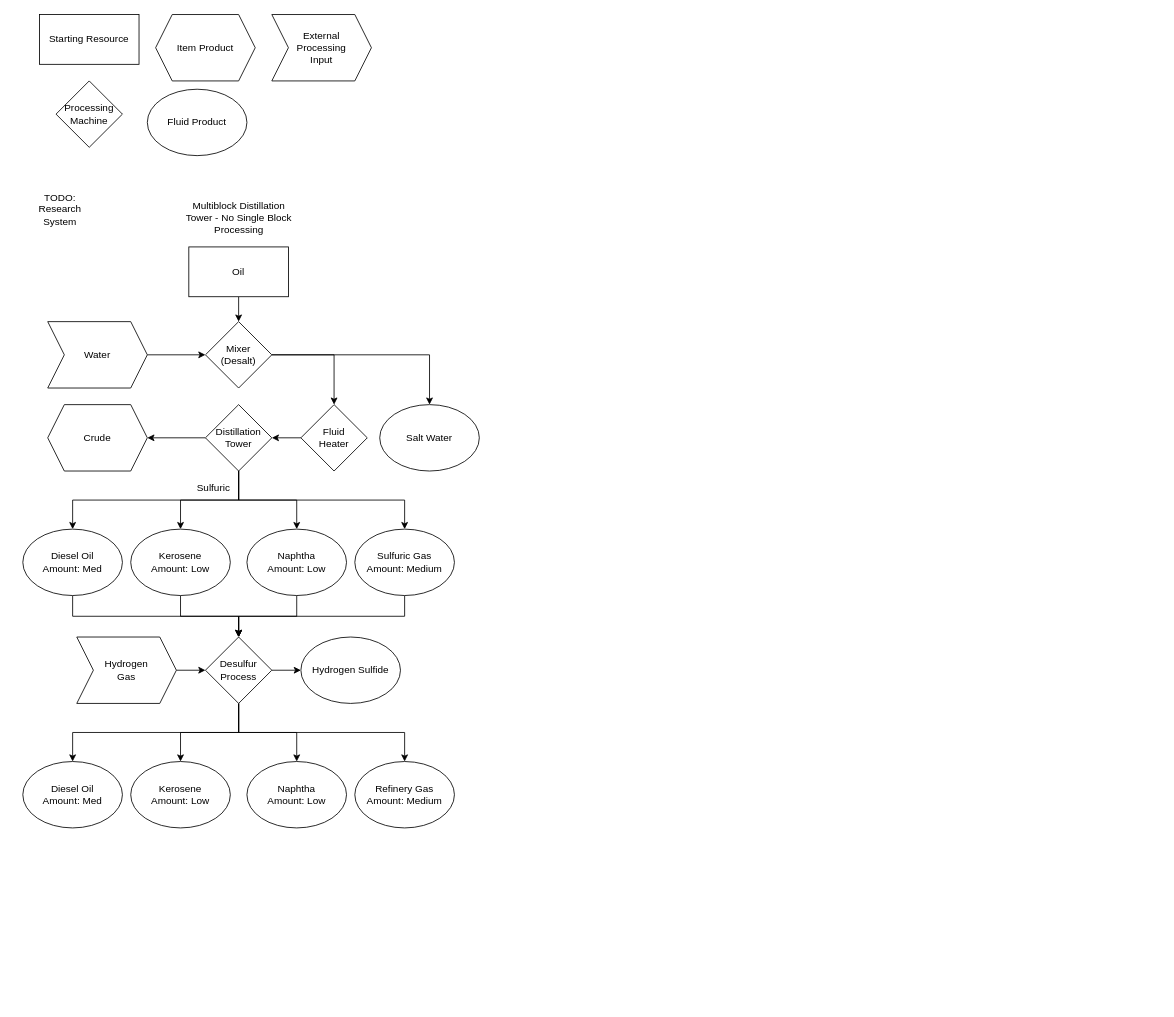
MicahHaack/Starstruck keeps this draw.io diagram as page "Oil Processing" (2 of 3) of StarstruckProgression.drawio. Above is the earlier version. Source tidied: cells renumbered, new cells numbered last; positions are measured from the earlier drawing's top-left corner, leaving out a move shared by most shapes. Both pictures are drawn from the tidied source at 83%, with x=0, y=0 at pixel (14, 14).
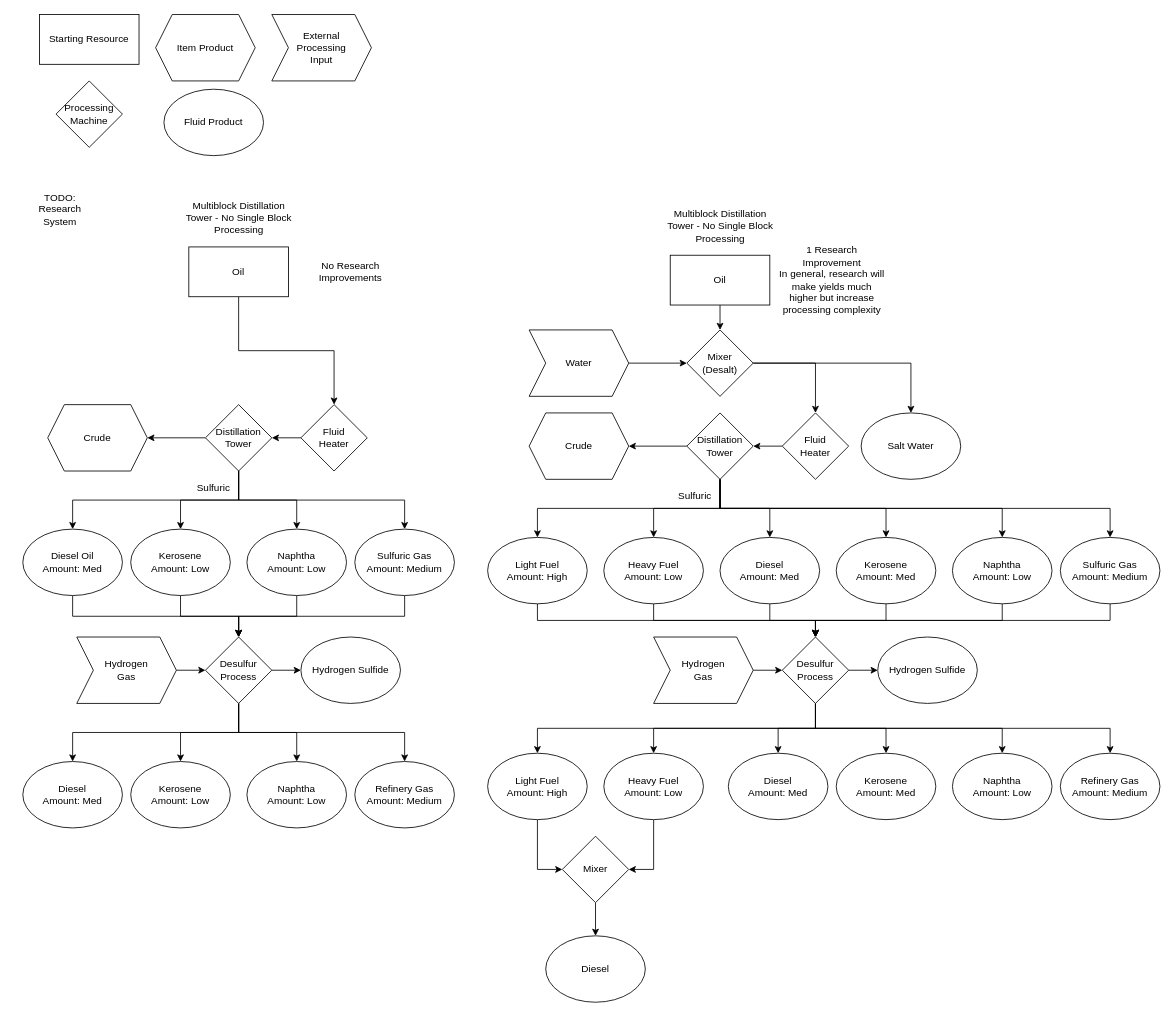
The same diagram, later.

Unchanged cells that the change refers to:
```xml
<mxCell id="3" value="Oil" style="rounded=0;whiteSpace=wrap;html=1;" parent="1" vertex="1">
  <mxGeometry x="210" y="280" width="120" height="60" as="geometry" />
</mxCell>
<mxCell id="14" value="&lt;div&gt;Fluid&lt;/div&gt;&lt;div&gt;Heater&lt;br&gt;&lt;/div&gt;" style="rhombus;whiteSpace=wrap;html=1;" parent="1" vertex="1">
  <mxGeometry x="345" y="470" width="80" height="80" as="geometry" />
</mxCell>
```

The edit, as a diff of the source:
```diff
@@
-    <mxCell id="2" style="edgeStyle=orthogonalEdgeStyle;rounded=0;jettySize=auto;html=1;exitX=0.5;exitY=1;exitDx=0;exitDy=0;entryX=0.5;entryY=0;entryDx=0;entryDy=0;" parent="1" edge="1" source="3" target="44">
-      <mxGeometry relative="1" as="geometry" />
-    </mxCell>
+    <mxCell id="48" style="edgeStyle=orthogonalEdgeStyle;rounded=0;jettySize=auto;html=1;exitX=0.5;exitY=1;exitDx=0;exitDy=0;" parent="1" edge="1" source="3" target="14">
+      <mxGeometry relative="1" as="geometry" />
+    </mxCell>
@@
     <mxCell id="25" value="Fluid Product" style="ellipse;whiteSpace=wrap;html=1;" parent="1" vertex="1">
-      <mxGeometry x="160" y="90" width="120" height="80" as="geometry" />
+      <mxGeometry x="180" y="90" width="120" height="80" as="geometry" />
     </mxCell>
@@
-    <mxCell id="34" value="&lt;div&gt;Diesel Oil&lt;/div&gt;&lt;div&gt;Amount: Med&lt;br&gt;&lt;/div&gt;" style="ellipse;whiteSpace=wrap;html=1;rounded=0;" parent="1" vertex="1">
+    <mxCell id="34" value="&lt;div&gt;Diesel&lt;br&gt;&lt;/div&gt;&lt;div&gt;Amount: Med&lt;br&gt;&lt;/div&gt;" style="ellipse;whiteSpace=wrap;html=1;rounded=0;" parent="1" vertex="1">
       <mxGeometry x="10" y="900" width="120" height="80" as="geometry" />
     </mxCell>
@@
-    <mxCell id="42" style="edgeStyle=orthogonalEdgeStyle;rounded=0;jettySize=auto;html=1;exitX=1;exitY=0.5;exitDx=0;exitDy=0;entryX=0.5;entryY=0;entryDx=0;entryDy=0;" parent="1" edge="1" source="44" target="14">
-      <mxGeometry relative="1" as="geometry" />
-    </mxCell>
+    <mxCell id="49" value="No Research Improvements" style="text;html=1;strokeColor=none;fillColor=none;align=center;verticalAlign=middle;whiteSpace=wrap;rounded=0;" parent="1" vertex="1">
+      <mxGeometry x="340" y="285" width="130" height="50" as="geometry" />
+    </mxCell>
+    <mxCell id="50" style="edgeStyle=orthogonalEdgeStyle;rounded=0;jettySize=auto;html=1;exitX=0.5;exitY=1;exitDx=0;exitDy=0;entryX=0.5;entryY=0;entryDx=0;entryDy=0;" parent="1" edge="1" source="51" target="44">
+      <mxGeometry relative="1" as="geometry" />
+    </mxCell>
+    <mxCell id="51" value="Oil" style="rounded=0;whiteSpace=wrap;html=1;" parent="1" vertex="1">
+      <mxGeometry x="790" y="290" width="120" height="60" as="geometry" />
+    </mxCell>
+    <mxCell id="52" value="&lt;div&gt;Multiblock Distillation&lt;/div&gt;&lt;div&gt;Tower - No Single Block&lt;/div&gt;&lt;div&gt;Processing&lt;/div&gt;" style="text;html=1;align=center;verticalAlign=middle;" parent="1" vertex="1">
+      <mxGeometry x="775" y="230" width="150" height="50" as="geometry" />
+    </mxCell>
+    <mxCell id="53" style="edgeStyle=orthogonalEdgeStyle;rounded=0;jettySize=auto;html=1;exitX=0;exitY=0.5;exitDx=0;exitDy=0;entryX=1;entryY=0.5;entryDx=0;entryDy=0;" parent="1" edge="1" source="54" target="63">
+      <mxGeometry relative="1" as="geometry" />
+    </mxCell>
+    <mxCell id="54" value="&lt;div&gt;Fluid&lt;/div&gt;&lt;div&gt;Heater&lt;br&gt;&lt;/div&gt;" style="rhombus;whiteSpace=wrap;html=1;" parent="1" vertex="1">
+      <mxGeometry x="925" y="480" width="80" height="80" as="geometry" />
+    </mxCell>
+    <mxCell id="55" value="Crude" style="shape=hexagon;perimeter=hexagonPerimeter2;whiteSpace=wrap;html=1;fixedSize=1;" parent="1" vertex="1">
+      <mxGeometry x="620" y="480" width="120" height="80" as="geometry" />
+    </mxCell>
+    <mxCell id="56" style="edgeStyle=orthogonalEdgeStyle;rounded=0;jettySize=auto;html=1;exitX=0;exitY=0.5;exitDx=0;exitDy=0;entryX=1;entryY=0.5;entryDx=0;entryDy=0;" parent="1" edge="1" source="63" target="55">
+      <mxGeometry relative="1" as="geometry" />
+    </mxCell>
+    <mxCell id="57" style="edgeStyle=orthogonalEdgeStyle;rounded=0;jettySize=auto;html=1;exitX=0.5;exitY=1;exitDx=0;exitDy=0;entryX=0.5;entryY=0;entryDx=0;entryDy=0;" parent="1" edge="1" source="63" target="74">
+      <mxGeometry relative="1" as="geometry" />
+    </mxCell>
+    <mxCell id="58" style="edgeStyle=orthogonalEdgeStyle;rounded=0;jettySize=auto;html=1;exitX=0.5;exitY=1;exitDx=0;exitDy=0;" parent="1" edge="1" source="63" target="76">
+      <mxGeometry relative="1" as="geometry" />
+    </mxCell>
+    <mxCell id="59" style="edgeStyle=orthogonalEdgeStyle;rounded=0;jettySize=auto;html=1;exitX=0.5;exitY=1;exitDx=0;exitDy=0;" parent="1" edge="1" source="63" target="78">
+      <mxGeometry relative="1" as="geometry" />
+    </mxCell>
+    <mxCell id="60" style="edgeStyle=orthogonalEdgeStyle;rounded=0;jettySize=auto;html=1;exitX=0.5;exitY=1;exitDx=0;exitDy=0;entryX=0.5;entryY=0;entryDx=0;entryDy=0;" parent="1" edge="1" source="63" target="68">
+      <mxGeometry relative="1" as="geometry" />
+    </mxCell>
+    <mxCell id="61" style="edgeStyle=orthogonalEdgeStyle;rounded=0;jettySize=auto;html=1;exitX=0.5;exitY=1;exitDx=0;exitDy=0;entryX=0.5;entryY=0;entryDx=0;entryDy=0;" parent="1" edge="1" source="63" target="70">
+      <mxGeometry relative="1" as="geometry" />
+    </mxCell>
+    <mxCell id="62" style="edgeStyle=orthogonalEdgeStyle;rounded=0;jettySize=auto;html=1;exitX=0.5;exitY=1;exitDx=0;exitDy=0;entryX=0.5;entryY=0;entryDx=0;entryDy=0;" parent="1" edge="1" source="63" target="72">
+      <mxGeometry relative="1" as="geometry" />
+    </mxCell>
+    <mxCell id="63" value="&lt;div&gt;Distillation&lt;/div&gt;&lt;div&gt;Tower&lt;br&gt;&lt;/div&gt;" style="rhombus;whiteSpace=wrap;html=1;" parent="1" vertex="1">
+      <mxGeometry x="810" y="480" width="80" height="80" as="geometry" />
+    </mxCell>
+    <mxCell id="64" value="Sulfuric" style="text;html=1;strokeColor=none;fillColor=none;align=center;verticalAlign=middle;whiteSpace=wrap;rounded=0;" parent="1" vertex="1">
+      <mxGeometry x="800" y="570" width="40" height="20" as="geometry" />
+    </mxCell>
+    <mxCell id="65" style="edgeStyle=orthogonalEdgeStyle;rounded=0;jettySize=auto;html=1;exitX=1;exitY=0.5;exitDx=0;exitDy=0;entryX=0.5;entryY=0;entryDx=0;entryDy=0;" parent="1" edge="1" source="44" target="54">
+      <mxGeometry relative="1" as="geometry" />
+    </mxCell>
@@
     <mxCell id="44" value="&lt;div&gt;Mixer&lt;/div&gt;&lt;div&gt;(Desalt)&lt;br&gt;&lt;/div&gt;" style="rhombus;whiteSpace=wrap;html=1;" parent="1" vertex="1">
-      <mxGeometry x="230" y="370" width="80" height="80" as="geometry" />
+      <mxGeometry x="810" y="380" width="80" height="80" as="geometry" />
     </mxCell>
@@
     <mxCell id="46" value="Water" style="shape=step;perimeter=stepPerimeter;whiteSpace=wrap;html=1;fixedSize=1;rotation=0;" parent="1" vertex="1">
-      <mxGeometry x="40" y="370" width="120" height="80" as="geometry" />
+      <mxGeometry x="620" y="380" width="120" height="80" as="geometry" />
     </mxCell>
     <mxCell id="47" value="Salt Water" style="ellipse;whiteSpace=wrap;html=1;" parent="1" vertex="1">
-      <mxGeometry x="440" y="470" width="120" height="80" as="geometry" />
+      <mxGeometry x="1020" y="480" width="120" height="80" as="geometry" />
     </mxCell>
+    <mxCell id="66" value="&lt;div&gt;1 Research Improvement&lt;/div&gt;&lt;div&gt;In general, research will make yields much higher but increase processing complexity&lt;br&gt;&lt;/div&gt;" style="text;html=1;strokeColor=none;fillColor=none;align=center;verticalAlign=middle;whiteSpace=wrap;rounded=0;" parent="1" vertex="1">
+      <mxGeometry x="920" y="295" width="130" height="50" as="geometry" />
+    </mxCell>
+    <mxCell id="67" style="edgeStyle=orthogonalEdgeStyle;rounded=0;jettySize=auto;html=1;exitX=0.5;exitY=1;exitDx=0;exitDy=0;entryX=0.5;entryY=0;entryDx=0;entryDy=0;" parent="1" edge="1" source="68" target="86">
+      <mxGeometry relative="1" as="geometry" />
+    </mxCell>
+    <mxCell id="68" value="&lt;div&gt;Kerosene&lt;/div&gt;&lt;div&gt;Amount: Med&lt;br&gt;&lt;/div&gt;" style="ellipse;whiteSpace=wrap;html=1;rounded=0;" parent="1" vertex="1">
+      <mxGeometry x="990" y="630" width="120" height="80" as="geometry" />
+    </mxCell>
+    <mxCell id="69" style="edgeStyle=orthogonalEdgeStyle;rounded=0;jettySize=auto;html=1;exitX=0.5;exitY=1;exitDx=0;exitDy=0;entryX=0.5;entryY=0;entryDx=0;entryDy=0;" parent="1" edge="1" source="70" target="86">
+      <mxGeometry relative="1" as="geometry" />
+    </mxCell>
+    <mxCell id="70" value="&lt;div&gt;Naphtha&lt;/div&gt;&lt;div&gt;Amount: Low&lt;br&gt;&lt;/div&gt;" style="ellipse;whiteSpace=wrap;html=1;rounded=0;" parent="1" vertex="1">
+      <mxGeometry x="1130" y="630" width="120" height="80" as="geometry" />
+    </mxCell>
+    <mxCell id="71" style="edgeStyle=orthogonalEdgeStyle;rounded=0;jettySize=auto;html=1;exitX=0.5;exitY=1;exitDx=0;exitDy=0;" parent="1" edge="1" source="72" target="86">
+      <mxGeometry relative="1" as="geometry" />
+    </mxCell>
+    <mxCell id="72" value="&lt;div&gt;Sulfuric Gas&lt;/div&gt;&lt;div&gt;Amount: Medium&lt;br&gt;&lt;/div&gt;" style="ellipse;whiteSpace=wrap;html=1;rounded=0;" parent="1" vertex="1">
+      <mxGeometry x="1260" y="630" width="120" height="80" as="geometry" />
+    </mxCell>
+    <mxCell id="73" style="edgeStyle=orthogonalEdgeStyle;rounded=0;jettySize=auto;html=1;exitX=0.5;exitY=1;exitDx=0;exitDy=0;entryX=0.5;entryY=0;entryDx=0;entryDy=0;" parent="1" edge="1" source="74" target="86">
+      <mxGeometry relative="1" as="geometry" />
+    </mxCell>
+    <mxCell id="74" value="&lt;div&gt;Light Fuel&lt;/div&gt;Amount: High" style="ellipse;whiteSpace=wrap;html=1;" parent="1" vertex="1">
+      <mxGeometry x="570" y="630" width="120" height="80" as="geometry" />
+    </mxCell>
+    <mxCell id="75" style="edgeStyle=orthogonalEdgeStyle;rounded=0;jettySize=auto;html=1;exitX=0.5;exitY=1;exitDx=0;exitDy=0;entryX=0.5;entryY=0;entryDx=0;entryDy=0;" parent="1" edge="1" source="76" target="86">
+      <mxGeometry relative="1" as="geometry" />
+    </mxCell>
+    <mxCell id="76" value="&lt;div&gt;Heavy Fuel&lt;/div&gt;&lt;div&gt;Amount: Low&lt;br&gt;&lt;/div&gt;" style="ellipse;whiteSpace=wrap;html=1;" parent="1" vertex="1">
+      <mxGeometry x="710" y="630" width="120" height="80" as="geometry" />
+    </mxCell>
+    <mxCell id="77" style="edgeStyle=orthogonalEdgeStyle;rounded=0;jettySize=auto;html=1;exitX=0.5;exitY=1;exitDx=0;exitDy=0;" parent="1" edge="1" source="78" target="86">
+      <mxGeometry relative="1" as="geometry" />
+    </mxCell>
+    <mxCell id="78" value="&lt;div&gt;Diesel&lt;/div&gt;&lt;div&gt;Amount: Med&lt;br&gt;&lt;/div&gt;" style="ellipse;whiteSpace=wrap;html=1;" parent="1" vertex="1">
+      <mxGeometry x="850" y="630" width="120" height="80" as="geometry" />
+    </mxCell>
+    <mxCell id="79" style="edgeStyle=orthogonalEdgeStyle;rounded=0;jettySize=auto;html=1;exitX=1;exitY=0.5;exitDx=0;exitDy=0;entryX=0;entryY=0.5;entryDx=0;entryDy=0;" parent="1" edge="1" source="86" target="89">
+      <mxGeometry relative="1" as="geometry" />
+    </mxCell>
+    <mxCell id="80" style="edgeStyle=orthogonalEdgeStyle;rounded=0;jettySize=auto;html=1;exitX=0.5;exitY=1;exitDx=0;exitDy=0;" parent="1" edge="1" source="86" target="97">
+      <mxGeometry relative="1" as="geometry" />
+    </mxCell>
+    <mxCell id="81" style="edgeStyle=orthogonalEdgeStyle;rounded=0;jettySize=auto;html=1;exitX=0.5;exitY=1;exitDx=0;exitDy=0;" parent="1" edge="1" source="86" target="95">
+      <mxGeometry relative="1" as="geometry" />
+    </mxCell>
+    <mxCell id="82" style="edgeStyle=orthogonalEdgeStyle;rounded=0;jettySize=auto;html=1;exitX=0.5;exitY=1;exitDx=0;exitDy=0;" parent="1" edge="1" source="86" target="90">
+      <mxGeometry relative="1" as="geometry" />
+    </mxCell>
+    <mxCell id="83" style="edgeStyle=orthogonalEdgeStyle;rounded=0;jettySize=auto;html=1;exitX=0.5;exitY=1;exitDx=0;exitDy=0;entryX=0.5;entryY=0;entryDx=0;entryDy=0;" parent="1" edge="1" source="86" target="91">
+      <mxGeometry relative="1" as="geometry" />
+    </mxCell>
+    <mxCell id="84" style="edgeStyle=orthogonalEdgeStyle;rounded=0;jettySize=auto;html=1;exitX=0.5;exitY=1;exitDx=0;exitDy=0;" parent="1" edge="1" source="86" target="92">
+      <mxGeometry relative="1" as="geometry" />
+    </mxCell>
+    <mxCell id="85" style="edgeStyle=orthogonalEdgeStyle;rounded=0;jettySize=auto;html=1;exitX=0.5;exitY=1;exitDx=0;exitDy=0;" parent="1" edge="1" source="86" target="93">
+      <mxGeometry relative="1" as="geometry" />
+    </mxCell>
+    <mxCell id="86" value="Desulfur Process" style="rhombus;whiteSpace=wrap;html=1;" parent="1" vertex="1">
+      <mxGeometry x="925" y="750" width="80" height="80" as="geometry" />
+    </mxCell>
+    <mxCell id="87" style="edgeStyle=orthogonalEdgeStyle;rounded=0;jettySize=auto;html=1;exitX=1;exitY=0.5;exitDx=0;exitDy=0;entryX=0;entryY=0.5;entryDx=0;entryDy=0;" parent="1" edge="1" source="88" target="86">
+      <mxGeometry relative="1" as="geometry" />
+    </mxCell>
+    <mxCell id="88" value="&lt;div&gt;Hydrogen&lt;/div&gt;&lt;div&gt; Gas&lt;/div&gt;" style="shape=step;perimeter=stepPerimeter;whiteSpace=wrap;html=1;fixedSize=1;" parent="1" vertex="1">
+      <mxGeometry x="770" y="750" width="120" height="80" as="geometry" />
+    </mxCell>
+    <mxCell id="89" value="Hydrogen Sulfide" style="ellipse;whiteSpace=wrap;html=1;" parent="1" vertex="1">
+      <mxGeometry x="1040" y="750" width="120" height="80" as="geometry" />
+    </mxCell>
+    <mxCell id="90" value="&lt;div&gt;Diesel&lt;br&gt;&lt;/div&gt;&lt;div&gt;Amount: Med&lt;br&gt;&lt;/div&gt;" style="ellipse;whiteSpace=wrap;html=1;rounded=0;" parent="1" vertex="1">
+      <mxGeometry x="860" y="890" width="120" height="80" as="geometry" />
+    </mxCell>
+    <mxCell id="91" value="&lt;div&gt;Kerosene&lt;/div&gt;&lt;div&gt;Amount: Med&lt;br&gt;&lt;/div&gt;" style="ellipse;whiteSpace=wrap;html=1;rounded=0;" parent="1" vertex="1">
+      <mxGeometry x="990" y="890" width="120" height="80" as="geometry" />
+    </mxCell>
+    <mxCell id="92" value="&lt;div&gt;Naphtha&lt;/div&gt;&lt;div&gt;Amount: Low&lt;br&gt;&lt;/div&gt;" style="ellipse;whiteSpace=wrap;html=1;rounded=0;" parent="1" vertex="1">
+      <mxGeometry x="1130" y="890" width="120" height="80" as="geometry" />
+    </mxCell>
+    <mxCell id="93" value="&lt;div&gt;Refinery Gas&lt;/div&gt;&lt;div&gt;Amount: Medium&lt;br&gt;&lt;/div&gt;" style="ellipse;whiteSpace=wrap;html=1;rounded=0;" parent="1" vertex="1">
+      <mxGeometry x="1260" y="890" width="120" height="80" as="geometry" />
+    </mxCell>
+    <mxCell id="94" style="edgeStyle=orthogonalEdgeStyle;rounded=0;jettySize=auto;html=1;exitX=0.5;exitY=1;exitDx=0;exitDy=0;entryX=1;entryY=0.5;entryDx=0;entryDy=0;" parent="1" edge="1" source="95" target="99">
+      <mxGeometry relative="1" as="geometry" />
+    </mxCell>
+    <mxCell id="95" value="&lt;div&gt;Heavy Fuel&lt;br&gt;&lt;/div&gt;Amount: Low" style="ellipse;whiteSpace=wrap;html=1;" parent="1" vertex="1">
+      <mxGeometry x="710" y="890" width="120" height="80" as="geometry" />
+    </mxCell>
+    <mxCell id="96" style="edgeStyle=orthogonalEdgeStyle;rounded=0;jettySize=auto;html=1;exitX=0.5;exitY=1;exitDx=0;exitDy=0;entryX=0;entryY=0.5;entryDx=0;entryDy=0;" parent="1" edge="1" source="97" target="99">
+      <mxGeometry relative="1" as="geometry" />
+    </mxCell>
+    <mxCell id="97" value="&lt;div&gt;Light Fuel&lt;/div&gt;Amount: High" style="ellipse;whiteSpace=wrap;html=1;" parent="1" vertex="1">
+      <mxGeometry x="570" y="890" width="120" height="80" as="geometry" />
+    </mxCell>
+    <mxCell id="98" style="edgeStyle=orthogonalEdgeStyle;rounded=0;jettySize=auto;html=1;exitX=0.5;exitY=1;exitDx=0;exitDy=0;" parent="1" edge="1" source="99" target="100">
+      <mxGeometry relative="1" as="geometry" />
+    </mxCell>
+    <mxCell id="99" value="Mixer" style="rhombus;whiteSpace=wrap;html=1;" parent="1" vertex="1">
+      <mxGeometry x="660" y="990" width="80" height="80" as="geometry" />
+    </mxCell>
+    <mxCell id="100" value="Diesel" style="ellipse;whiteSpace=wrap;html=1;" parent="1" vertex="1">
+      <mxGeometry x="640" y="1110" width="120" height="80" as="geometry" />
+    </mxCell>
```
